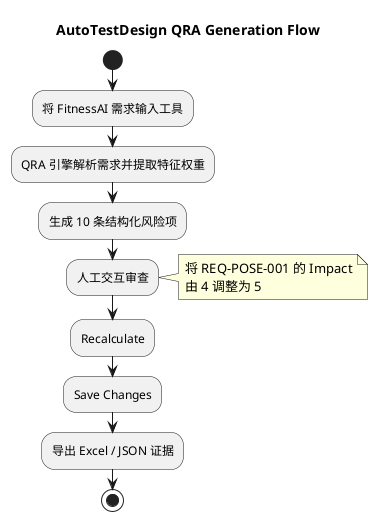
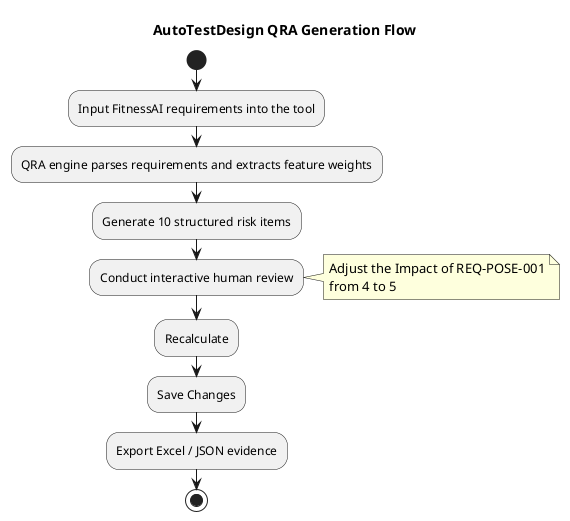
@startuml
title AutoTestDesign QRA Generation Flow

skinparam backgroundColor transparent
skinparam shadowing false

start
- :将 FitnessAI 需求输入工具;
- :QRA 引擎解析需求并提取特征权重;
- :生成 10 条结构化风险项;
- :人工交互审查;
+ :Input FitnessAI requirements into the tool;
+ :QRA engine parses requirements and extracts feature weights;
+ :Generate 10 structured risk items;
+ :Conduct interactive human review;
note right
- 将 REQ-POSE-001 的 Impact
- 由 4 调整为 5
+ Adjust the Impact of REQ-POSE-001
+ from 4 to 5
end note
:Recalculate;
:Save Changes;
- :导出 Excel / JSON 证据;
+ :Export Excel / JSON evidence;
stop

@enduml
